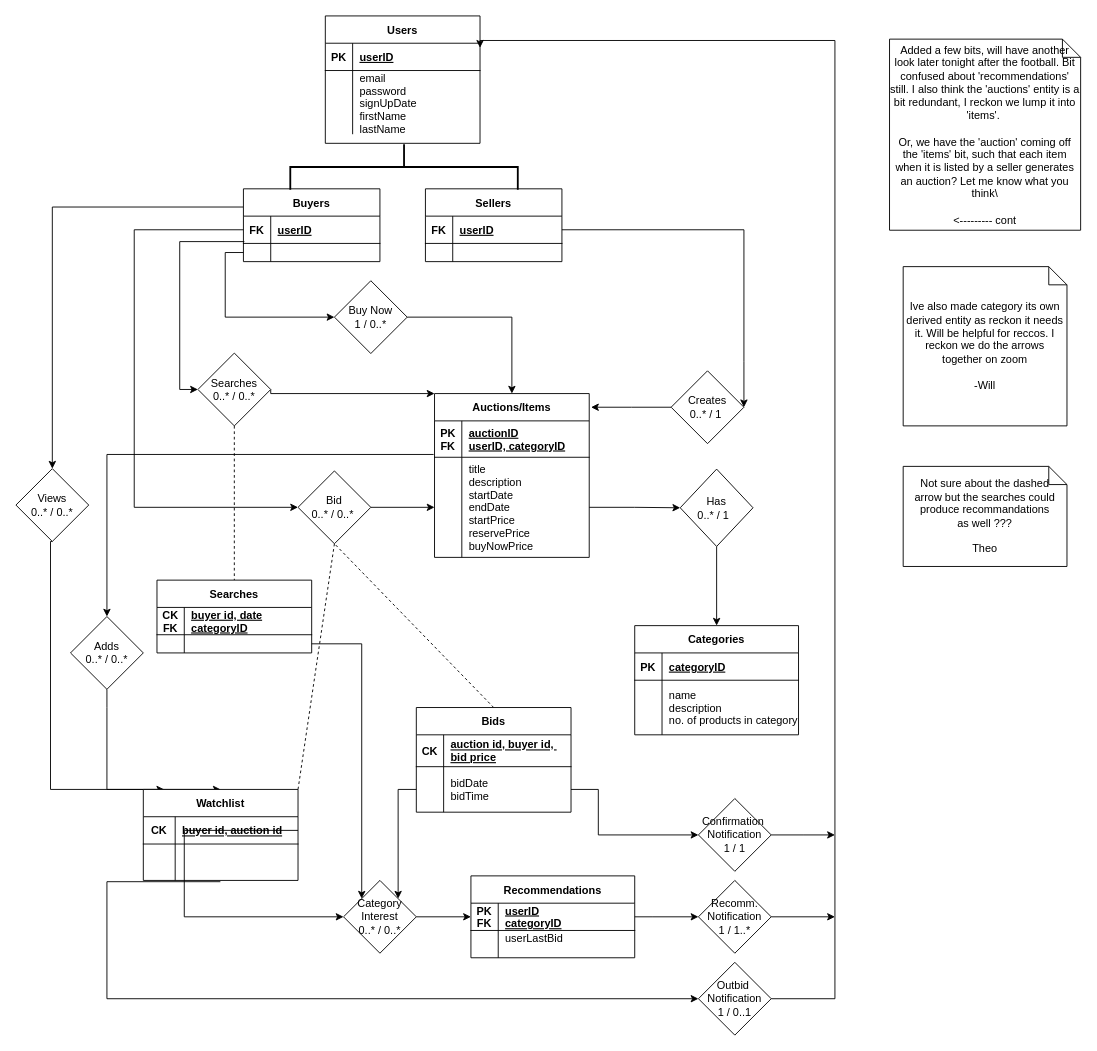
Before: ER_diagram.drawio in shaundbs/databases-coursework, a draw.io diagram. Source tidied: cells renumbered, new cells numbered last; positions are measured from the earlier drawing's top-left corner, leaving out a move shared by most shapes. Both pictures are drawn from the tidied source at 91%, with x=0, y=0 at pixel (15, 15).
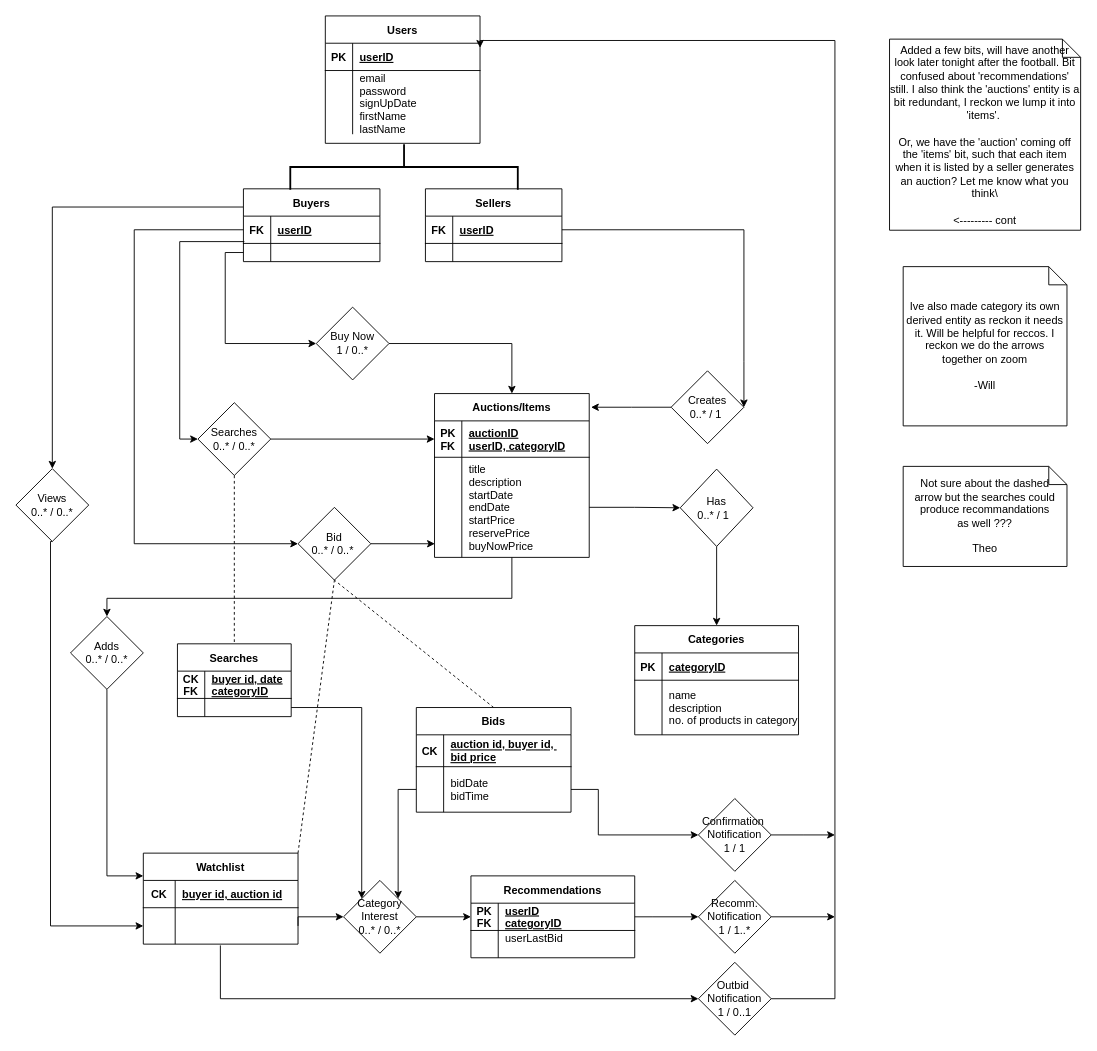
After the change.

The change refers to these unchanged cells:
```xml
<mxCell id="4" style="shape=partialRectangle;fillColor=none;points=[[0,0.5],[1,0.5]];portConstraint=eastwest;top=0;left=0;right=0;bottom=1;" parent="3" vertex="1">
  <mxGeometry y="30" width="150" height="30" as="geometry" />
</mxCell>
<mxCell id="34" value="Adds&lt;br&gt;0..* / 0..*" style="rhombus;whiteSpace=wrap;html=1;" parent="1" vertex="1">
  <mxGeometry x="60" y="660" width="80" height="80" as="geometry" />
</mxCell>
<mxCell id="43" value="Auctions/Items" style="shape=table;startSize=30;childLayout=tableLayout;rowLines=0;fontStyle=1;align=center;" parent="1" vertex="1">
  <mxGeometry x="460" y="415" width="170" height="180" as="geometry" />
</mxCell>
<mxCell id="44" style="shape=partialRectangle;fillColor=none;points=[[0,0.5],[1,0.5]];portConstraint=eastwest;top=0;left=0;right=0;bottom=1;" parent="43" vertex="1">
  <mxGeometry y="30" width="170" height="40" as="geometry" />
</mxCell>
<mxCell id="47" style="shape=partialRectangle;fillColor=none;points=[[0,0.5],[1,0.5]];portConstraint=eastwest;top=0;left=0;right=0;bottom=0;" parent="43" vertex="1">
  <mxGeometry y="70" width="170" height="110" as="geometry" />
</mxCell>
<mxCell id="50" value="Category Interest&lt;br&gt;0..* / 0..*" style="rhombus;whiteSpace=wrap;html=1;" parent="1" vertex="1">
  <mxGeometry x="360" y="950" width="80" height="80" as="geometry" />
</mxCell>
<mxCell id="60" value="Views&lt;br&gt;0..* / 0..*" style="rhombus;whiteSpace=wrap;html=1;" parent="1" vertex="1">
  <mxGeometry y="497.5" width="80" height="80" as="geometry" />
</mxCell>
<mxCell id="64" value="Outbid&amp;nbsp;&lt;br&gt;Notification&lt;br&gt;1 / 0..1" style="rhombus;whiteSpace=wrap;html=1;" parent="1" vertex="1">
  <mxGeometry x="750" y="1040" width="80" height="80" as="geometry" />
</mxCell>
<mxCell id="94" style="shape=partialRectangle;fillColor=none;points=[[0,0.5],[1,0.5]];portConstraint=eastwest;top=0;left=0;right=0;bottom=1;" parent="93" vertex="1">
  <mxGeometry y="30" width="170" height="30" as="geometry" />
</mxCell>
<mxCell id="97" style="shape=partialRectangle;fillColor=none;points=[[0,0.5],[1,0.5]];portConstraint=eastwest;top=0;left=0;right=0;bottom=0;" parent="93" vertex="1">
  <mxGeometry y="60" width="170" height="40" as="geometry" />
</mxCell>
```

The edit, as a diff of the source:
```diff
@@
-    <mxCell id="28" style="edgeStyle=orthogonalEdgeStyle;rounded=0;jettySize=auto;html=1;exitX=1;exitY=0.5;exitDx=0;exitDy=0;entryX=0;entryY=0;entryDx=0;entryDy=0;" parent="1" edge="1" source="29" target="43">
+    <mxCell id="28" style="edgeStyle=orthogonalEdgeStyle;rounded=0;jettySize=auto;html=1;exitX=1;exitY=0.5;exitDx=0;exitDy=0;entryX=0;entryY=0.5;entryDx=0;entryDy=0;" parent="1" edge="1" source="29" target="44">
       <mxGeometry relative="1" as="geometry">
         <Array as="points">
-          <mxPoint x="280" y="415" />
+          <mxPoint x="280" y="465" />
         </Array>
       </mxGeometry>
     </mxCell>
     <mxCell id="29" value="Searches&lt;br&gt;0..* / 0..*" style="rhombus;whiteSpace=wrap;html=1;" parent="1" vertex="1">
-      <mxGeometry x="200" y="370.5" width="80" height="80" as="geometry" />
+      <mxGeometry x="200" y="425" width="80" height="80" as="geometry" />
     </mxCell>
     <mxCell id="30" style="edgeStyle=orthogonalEdgeStyle;rounded=0;jettySize=auto;html=1;entryX=0;entryY=0.5;entryDx=0;entryDy=0;exitX=0.007;exitY=0.933;exitDx=0;exitDy=0;exitPerimeter=0;" parent="1" edge="1" source="4" target="29">
       <mxGeometry relative="1" as="geometry">
         <Array as="points">
           <mxPoint x="180" y="248" />
-          <mxPoint x="180" y="411" />
+          <mxPoint x="180" y="465" />
         </Array>
       </mxGeometry>
     </mxCell>
     <mxCell id="31" value="Bid&lt;br&gt;0..* / 0..*&amp;nbsp;" style="rhombus;whiteSpace=wrap;html=1;" parent="1" vertex="1">
-      <mxGeometry x="310" y="500" width="80" height="80" as="geometry" />
+      <mxGeometry x="310" y="540" width="80" height="80" as="geometry" />
     </mxCell>
     <mxCell id="32" style="edgeStyle=orthogonalEdgeStyle;rounded=0;jettySize=auto;html=1;entryX=0;entryY=0.5;entryDx=0;entryDy=0;exitX=0;exitY=0.5;exitDx=0;exitDy=0;" parent="1" edge="1" source="4" target="31">
       <mxGeometry relative="1" as="geometry">
         <Array as="points">
           <mxPoint x="130" y="235" />
-          <mxPoint x="130" y="540" />
+          <mxPoint x="130" y="580" />
         </Array>
       </mxGeometry>
     </mxCell>
-    <mxCell id="33" style="edgeStyle=orthogonalEdgeStyle;rounded=0;jettySize=auto;html=1;exitX=1;exitY=0.5;exitDx=0;exitDy=0;entryX=0;entryY=0.5;entryDx=0;entryDy=0;" parent="1" edge="1" source="31" target="47">
+    <mxCell id="33" style="edgeStyle=orthogonalEdgeStyle;rounded=0;jettySize=auto;html=1;exitX=1;exitY=0.5;exitDx=0;exitDy=0;entryX=0.002;entryY=0.864;entryDx=0;entryDy=0;entryPerimeter=0;" parent="1" edge="1" source="31" target="47">
       <mxGeometry relative="1" as="geometry" />
     </mxCell>
@@
-    <mxCell id="35" style="edgeStyle=orthogonalEdgeStyle;rounded=0;jettySize=auto;html=1;entryX=0.5;entryY=0;entryDx=0;entryDy=0;exitX=-0.006;exitY=0.923;exitDx=0;exitDy=0;exitPerimeter=0;" parent="1" edge="1" source="44" target="34">
+    <mxCell id="35" style="edgeStyle=orthogonalEdgeStyle;rounded=0;jettySize=auto;html=1;entryX=0.5;entryY=0;entryDx=0;entryDy=0;exitX=0.5;exitY=1;exitDx=0;exitDy=0;" parent="1" edge="1" source="43" target="34">
       <mxGeometry relative="1" as="geometry">
         <Array as="points">
-          <mxPoint x="100" y="482" />
+          <mxPoint x="545" y="640" />
+          <mxPoint x="100" y="640" />
         </Array>
       </mxGeometry>
     </mxCell>
-    <mxCell id="36" style="edgeStyle=orthogonalEdgeStyle;rounded=0;jettySize=auto;html=1;entryX=0.5;entryY=0;entryDx=0;entryDy=0;exitX=0.5;exitY=1;exitDx=0;exitDy=0;" parent="1" edge="1" source="34" target="93">
+    <mxCell id="36" style="edgeStyle=orthogonalEdgeStyle;rounded=0;jettySize=auto;html=1;entryX=0;entryY=0.25;entryDx=0;entryDy=0;exitX=0.5;exitY=1;exitDx=0;exitDy=0;" parent="1" edge="1" source="34" target="93">
       <mxGeometry relative="1" as="geometry">
         <Array as="points">
-          <mxPoint x="100" y="760" />
-          <mxPoint x="100" y="760" />
+          <mxPoint x="100" y="945" />
         </Array>
       </mxGeometry>
     </mxCell>
@@
-    <mxCell id="41" style="edgeStyle=orthogonalEdgeStyle;rounded=0;jettySize=auto;html=1;exitX=1;exitY=0.5;exitDx=0;exitDy=0;entryX=0;entryY=0.5;entryDx=0;entryDy=0;" parent="1" edge="1" source="94" target="50">
+    <mxCell id="41" style="edgeStyle=orthogonalEdgeStyle;rounded=0;jettySize=auto;html=1;exitX=1;exitY=0.5;exitDx=0;exitDy=0;entryX=0;entryY=0.5;entryDx=0;entryDy=0;" parent="1" edge="1" source="97" target="50">
       <mxGeometry relative="1" as="geometry">
         <Array as="points">
-          <mxPoint x="185" y="990" />
+          <mxPoint x="310" y="990" />
         </Array>
       </mxGeometry>
     </mxCell>
@@
     <mxCell id="55" style="edgeStyle=orthogonalEdgeStyle;rounded=0;jettySize=auto;html=1;exitX=0.498;exitY=1.035;exitDx=0;exitDy=0;entryX=0;entryY=0.5;entryDx=0;entryDy=0;exitPerimeter=0;" parent="1" edge="1" source="97" target="64">
       <mxGeometry relative="1" as="geometry">
         <Array as="points">
-          <mxPoint x="100" y="1080" />
+          <mxPoint x="225" y="1080" />
         </Array>
       </mxGeometry>
     </mxCell>
@@
-    <mxCell id="59" style="edgeStyle=orthogonalEdgeStyle;rounded=0;jettySize=auto;html=1;exitX=0.5;exitY=1;exitDx=0;exitDy=0;entryX=0.135;entryY=0;entryDx=0;entryDy=0;entryPerimeter=0;" parent="1" edge="1" source="60" target="93">
+    <mxCell id="59" style="edgeStyle=orthogonalEdgeStyle;rounded=0;jettySize=auto;html=1;exitX=0.5;exitY=1;exitDx=0;exitDy=0;entryX=0;entryY=0.5;entryDx=0;entryDy=0;" parent="1" edge="1" source="60" target="97">
       <mxGeometry relative="1" as="geometry">
         <Array as="points">
           <mxPoint x="38" y="578" />
+          <mxPoint x="38" y="1000" />
         </Array>
       </mxGeometry>
     </mxCell>
@@
     <mxCell id="68" value="Buy Now&lt;br&gt;1 / 0..*" style="rhombus;whiteSpace=wrap;html=1;" parent="1" vertex="1">
-      <mxGeometry x="350" y="291" width="80" height="80" as="geometry" />
+      <mxGeometry x="330" y="320" width="80" height="80" as="geometry" />
     </mxCell>
@@
     <mxCell id="93" value="Watchlist" style="shape=table;startSize=30;childLayout=tableLayout;rowLines=0;fontStyle=1;align=center;" parent="1" vertex="1">
-      <mxGeometry x="140" y="850" width="170" height="100" as="geometry" />
+      <mxGeometry x="140" y="920" width="170" height="100" as="geometry" />
     </mxCell>
@@
     <mxCell id="100" value="Searches" style="shape=table;startSize=30;childLayout=tableLayout;rowLines=0;fontStyle=1;align=center;" parent="1" vertex="1">
-      <mxGeometry x="155" y="620" width="170" height="80" as="geometry" />
+      <mxGeometry x="177.5" y="690" width="125" height="80" as="geometry" />
     </mxCell>
     <mxCell id="101" style="shape=partialRectangle;fillColor=none;top=0;left=0;right=0;bottom=1;" parent="100" vertex="1">
-      <mxGeometry y="30" width="170" height="30" as="geometry" />
+      <mxGeometry y="30" width="125" height="30" as="geometry" />
     </mxCell>
@@
     <mxCell id="103" value="buyer id, date&#10;categoryID" style="shape=partialRectangle;overflow=hidden;fillColor=none;top=0;left=0;bottom=0;right=0;align=left;spacingLeft=6;fontStyle=5;" parent="101" vertex="1">
-      <mxGeometry x="30" width="140" height="30" as="geometry" />
+      <mxGeometry x="30" width="95" height="30" as="geometry" />
     </mxCell>
     <mxCell id="104" style="shape=partialRectangle;fillColor=none;points=[[0,0.5],[1,0.5]];portConstraint=eastwest;top=0;left=0;right=0;bottom=0;" parent="100" vertex="1">
-      <mxGeometry y="60" width="170" height="20" as="geometry" />
+      <mxGeometry y="60" width="125" height="20" as="geometry" />
     </mxCell>
@@
     <mxCell id="106" style="shape=partialRectangle;overflow=hidden;fillColor=none;top=0;left=0;bottom=0;right=0;align=left;spacingLeft=6;" parent="104" vertex="1">
-      <mxGeometry x="30" width="140" height="20" as="geometry" />
+      <mxGeometry x="30" width="95" height="20" as="geometry" />
     </mxCell>
```
